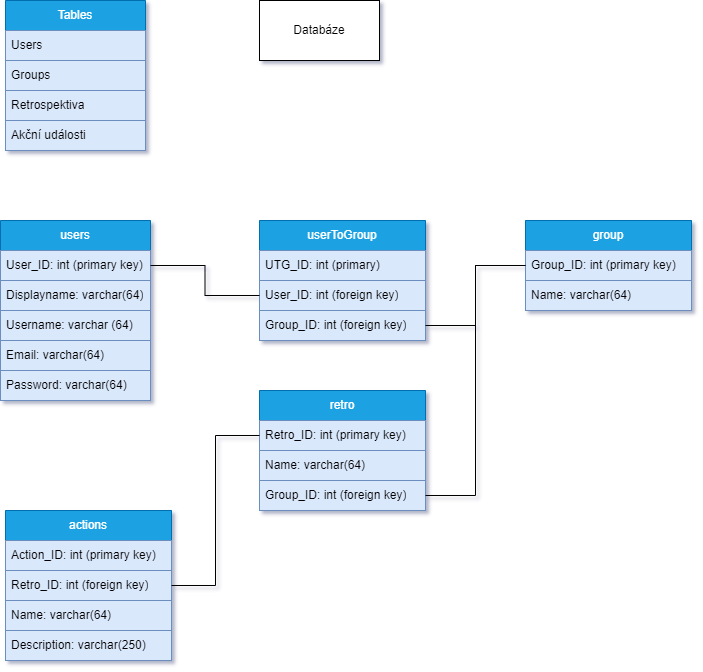
Before: backend/app/database/schemes/Praeterium_DB_scheme.png, a diagram exported from draw.io (ProjNull/Praeteritum). Source tidied: cells renumbered, new cells last; positions are measured from the earlier drawing's top-left corner, leaving out a move shared by most shapes.
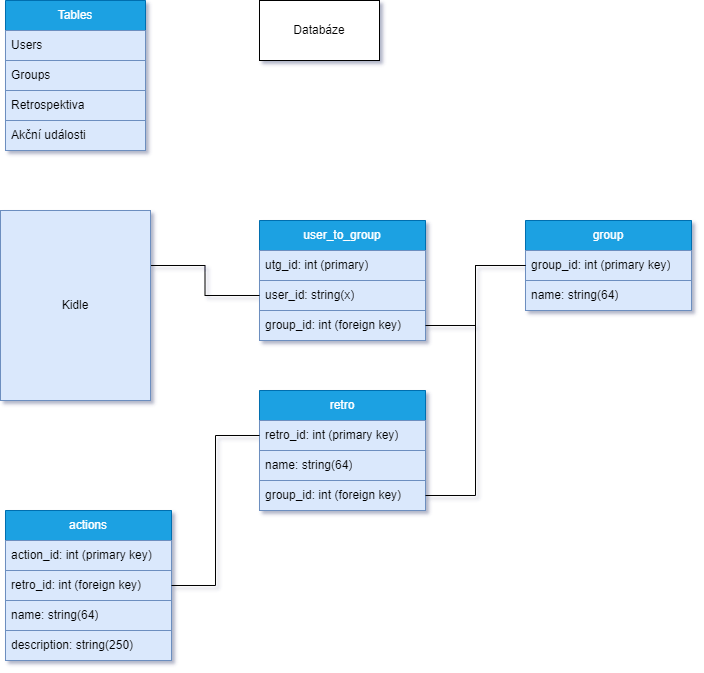
Later version of the same file.

Diff of the diagram source:
```diff
@@ -38,16 +38,16 @@
     <mxCell id="13" value="Password: varchar(64)" style="text;strokeColor=#6c8ebf;fillColor=#dae8fc;align=left;verticalAlign=middle;spacingLeft=4;spacingRight=4;overflow=hidden;whiteSpace=wrap;html=1;" parent="8" vertex="1">
       <mxGeometry y="150" width="150" height="30" as="geometry" />
     </mxCell>
-    <mxCell id="14" value="userToGroup" style="swimlane;fontStyle=0;horizontal=1;startSize=30;whiteSpace=wrap;html=1;fillColor=#1ba1e2;fontColor=#ffffff;strokeColor=#006EAF;" parent="1" vertex="1">
+    <mxCell id="14" value="user_to_group" style="swimlane;fontStyle=0;horizontal=1;startSize=30;whiteSpace=wrap;html=1;fillColor=#1ba1e2;fontColor=#ffffff;strokeColor=#006EAF;" parent="1" vertex="1">
       <mxGeometry x="259" y="220" width="166" height="120" as="geometry" />
     </mxCell>
-    <mxCell id="15" value="UTG_ID: int (primary)" style="text;strokeColor=#6c8ebf;fillColor=#dae8fc;align=left;verticalAlign=middle;spacingLeft=4;spacingRight=4;overflow=hidden;whiteSpace=wrap;html=1;" parent="14" vertex="1">
+    <mxCell id="15" value="utg_id: int (primary)" style="text;strokeColor=#6c8ebf;fillColor=#dae8fc;align=left;verticalAlign=middle;spacingLeft=4;spacingRight=4;overflow=hidden;whiteSpace=wrap;html=1;" parent="14" vertex="1">
       <mxGeometry y="30" width="166" height="30" as="geometry" />
     </mxCell>
-    <mxCell id="16" value="User_ID: int (foreign key)" style="text;strokeColor=#6c8ebf;fillColor=#dae8fc;align=left;verticalAlign=middle;spacingLeft=4;spacingRight=4;overflow=hidden;points=[[0,0.5],[1,0.5]];portConstraint=eastwest;whiteSpace=wrap;html=1;" parent="14" vertex="1">
+    <mxCell id="16" value="user_id: string(x)" style="text;strokeColor=#6c8ebf;fillColor=#dae8fc;align=left;verticalAlign=middle;spacingLeft=4;spacingRight=4;overflow=hidden;points=[[0,0.5],[1,0.5]];portConstraint=eastwest;whiteSpace=wrap;html=1;" parent="14" vertex="1">
       <mxGeometry y="60" width="166" height="30" as="geometry" />
     </mxCell>
-    <mxCell id="17" value="Group_ID: int (foreign key)" style="text;strokeColor=#6c8ebf;fillColor=#dae8fc;align=left;verticalAlign=middle;spacingLeft=4;spacingRight=4;overflow=hidden;points=[[0,0.5],[1,0.5]];portConstraint=eastwest;whiteSpace=wrap;html=1;" parent="14" vertex="1">
+    <mxCell id="17" value="group_id: int (foreign key)" style="text;strokeColor=#6c8ebf;fillColor=#dae8fc;align=left;verticalAlign=middle;spacingLeft=4;spacingRight=4;overflow=hidden;points=[[0,0.5],[1,0.5]];portConstraint=eastwest;whiteSpace=wrap;html=1;" parent="14" vertex="1">
       <mxGeometry y="90" width="166" height="30" as="geometry" />
     </mxCell>
     <mxCell id="18" style="edgeStyle=orthogonalEdgeStyle;rounded=0;jettySize=auto;html=1;exitX=1;exitY=0.5;exitDx=0;exitDy=0;entryX=0;entryY=0.5;entryDx=0;entryDy=0;startArrow=none;startFill=0;endArrow=none;endFill=0;" parent="1" edge="1" source="9" target="16">
@@ -56,10 +56,10 @@
     <mxCell id="19" value="group" style="swimlane;fontStyle=0;horizontal=1;startSize=30;whiteSpace=wrap;html=1;fillColor=#1ba1e2;fontColor=#ffffff;strokeColor=#006EAF;" parent="1" vertex="1">
       <mxGeometry x="525" y="220" width="166" height="90" as="geometry" />
     </mxCell>
-    <mxCell id="20" value="Group_ID: int (primary key)" style="text;strokeColor=#6c8ebf;fillColor=#dae8fc;align=left;verticalAlign=middle;spacingLeft=4;spacingRight=4;overflow=hidden;points=[[0,0.5],[1,0.5]];portConstraint=eastwest;whiteSpace=wrap;html=1;" parent="19" vertex="1">
+    <mxCell id="20" value="group_id: int (primary key)" style="text;strokeColor=#6c8ebf;fillColor=#dae8fc;align=left;verticalAlign=middle;spacingLeft=4;spacingRight=4;overflow=hidden;points=[[0,0.5],[1,0.5]];portConstraint=eastwest;whiteSpace=wrap;html=1;" parent="19" vertex="1">
       <mxGeometry y="30" width="166" height="30" as="geometry" />
     </mxCell>
-    <mxCell id="21" value="Name: varchar(64)" style="text;strokeColor=#6c8ebf;fillColor=#dae8fc;align=left;verticalAlign=middle;spacingLeft=4;spacingRight=4;overflow=hidden;whiteSpace=wrap;html=1;" parent="19" vertex="1">
+    <mxCell id="21" value="name: string(64)" style="text;strokeColor=#6c8ebf;fillColor=#dae8fc;align=left;verticalAlign=middle;spacingLeft=4;spacingRight=4;overflow=hidden;whiteSpace=wrap;html=1;" parent="19" vertex="1">
       <mxGeometry y="60" width="166" height="30" as="geometry" />
     </mxCell>
     <mxCell id="22" style="edgeStyle=orthogonalEdgeStyle;rounded=0;jettySize=auto;html=1;exitX=0;exitY=0.5;exitDx=0;exitDy=0;entryX=1;entryY=0.5;entryDx=0;entryDy=0;startArrow=none;startFill=0;endArrow=none;endFill=0;" parent="1" edge="1" source="20" target="17">
@@ -68,28 +68,28 @@
     <mxCell id="23" value="actions" style="swimlane;fontStyle=0;horizontal=1;startSize=30;whiteSpace=wrap;html=1;fillColor=#1ba1e2;fontColor=#ffffff;strokeColor=#006EAF;" parent="1" vertex="1">
       <mxGeometry x="5" y="510" width="166" height="150" as="geometry" />
     </mxCell>
-    <mxCell id="24" value="Action_ID: int (primary key)" style="text;strokeColor=#6c8ebf;fillColor=#dae8fc;align=left;verticalAlign=middle;spacingLeft=4;spacingRight=4;overflow=hidden;whiteSpace=wrap;html=1;" parent="23" vertex="1">
+    <mxCell id="24" value="action_id: int (primary key)" style="text;strokeColor=#6c8ebf;fillColor=#dae8fc;align=left;verticalAlign=middle;spacingLeft=4;spacingRight=4;overflow=hidden;whiteSpace=wrap;html=1;" parent="23" vertex="1">
       <mxGeometry y="30" width="166" height="30" as="geometry" />
     </mxCell>
-    <mxCell id="25" value="Retro_ID: int (foreign key)" style="text;strokeColor=#6c8ebf;fillColor=#dae8fc;align=left;verticalAlign=middle;spacingLeft=4;spacingRight=4;overflow=hidden;points=[[0,0.5],[1,0.5]];portConstraint=eastwest;whiteSpace=wrap;html=1;" parent="23" vertex="1">
+    <mxCell id="25" value="retro_id: int (foreign key)" style="text;strokeColor=#6c8ebf;fillColor=#dae8fc;align=left;verticalAlign=middle;spacingLeft=4;spacingRight=4;overflow=hidden;points=[[0,0.5],[1,0.5]];portConstraint=eastwest;whiteSpace=wrap;html=1;" parent="23" vertex="1">
       <mxGeometry y="60" width="166" height="30" as="geometry" />
     </mxCell>
-    <mxCell id="26" value="Name: varchar(64)" style="text;strokeColor=#6c8ebf;fillColor=#dae8fc;align=left;verticalAlign=middle;spacingLeft=4;spacingRight=4;overflow=hidden;whiteSpace=wrap;html=1;" parent="23" vertex="1">
+    <mxCell id="26" value="name: string(64)" style="text;strokeColor=#6c8ebf;fillColor=#dae8fc;align=left;verticalAlign=middle;spacingLeft=4;spacingRight=4;overflow=hidden;whiteSpace=wrap;html=1;" parent="23" vertex="1">
       <mxGeometry y="90" width="166" height="30" as="geometry" />
     </mxCell>
-    <mxCell id="27" value="Description: varchar(250)" style="text;strokeColor=#6c8ebf;fillColor=#dae8fc;align=left;verticalAlign=middle;spacingLeft=4;spacingRight=4;overflow=hidden;whiteSpace=wrap;html=1;" parent="23" vertex="1">
+    <mxCell id="27" value="description: string(250)" style="text;strokeColor=#6c8ebf;fillColor=#dae8fc;align=left;verticalAlign=middle;spacingLeft=4;spacingRight=4;overflow=hidden;whiteSpace=wrap;html=1;" parent="23" vertex="1">
       <mxGeometry y="120" width="166" height="30" as="geometry" />
     </mxCell>
     <mxCell id="28" value="retro" style="swimlane;fontStyle=0;horizontal=1;startSize=30;whiteSpace=wrap;html=1;fillColor=#1ba1e2;fontColor=#ffffff;strokeColor=#006EAF;" parent="1" vertex="1">
       <mxGeometry x="259" y="390" width="166" height="120" as="geometry" />
     </mxCell>
-    <mxCell id="29" value="Retro_ID: int (primary key)" style="text;strokeColor=#6c8ebf;fillColor=#dae8fc;align=left;verticalAlign=middle;spacingLeft=4;spacingRight=4;overflow=hidden;points=[[0,0.5],[1,0.5]];portConstraint=eastwest;whiteSpace=wrap;html=1;" parent="28" vertex="1">
+    <mxCell id="29" value="retro_id: int (primary key)" style="text;strokeColor=#6c8ebf;fillColor=#dae8fc;align=left;verticalAlign=middle;spacingLeft=4;spacingRight=4;overflow=hidden;points=[[0,0.5],[1,0.5]];portConstraint=eastwest;whiteSpace=wrap;html=1;" parent="28" vertex="1">
       <mxGeometry y="30" width="166" height="30" as="geometry" />
     </mxCell>
-    <mxCell id="30" value="Name: varchar(64)" style="text;strokeColor=#6c8ebf;fillColor=#dae8fc;align=left;verticalAlign=middle;spacingLeft=4;spacingRight=4;overflow=hidden;whiteSpace=wrap;html=1;" parent="28" vertex="1">
+    <mxCell id="30" value="name: string(64)" style="text;strokeColor=#6c8ebf;fillColor=#dae8fc;align=left;verticalAlign=middle;spacingLeft=4;spacingRight=4;overflow=hidden;whiteSpace=wrap;html=1;" parent="28" vertex="1">
       <mxGeometry y="60" width="166" height="30" as="geometry" />
     </mxCell>
-    <mxCell id="31" value="Group_ID: int (foreign key)" style="text;strokeColor=#6c8ebf;fillColor=#dae8fc;align=left;verticalAlign=middle;spacingLeft=4;spacingRight=4;overflow=hidden;points=[[0,0.5],[1,0.5]];portConstraint=eastwest;whiteSpace=wrap;html=1;" parent="28" vertex="1">
+    <mxCell id="31" value="group_id: int (foreign key)" style="text;strokeColor=#6c8ebf;fillColor=#dae8fc;align=left;verticalAlign=middle;spacingLeft=4;spacingRight=4;overflow=hidden;points=[[0,0.5],[1,0.5]];portConstraint=eastwest;whiteSpace=wrap;html=1;" parent="28" vertex="1">
       <mxGeometry y="90" width="166" height="30" as="geometry" />
     </mxCell>
     <mxCell id="32" style="edgeStyle=orthogonalEdgeStyle;rounded=0;jettySize=auto;html=1;exitX=0;exitY=0.5;exitDx=0;exitDy=0;entryX=1;entryY=0.5;entryDx=0;entryDy=0;strokeColor=default;endArrow=none;endFill=0;" parent="1" edge="1" source="20" target="31">
@@ -98,5 +98,8 @@
     <mxCell id="33" style="edgeStyle=orthogonalEdgeStyle;rounded=0;jettySize=auto;html=1;exitX=0;exitY=0.5;exitDx=0;exitDy=0;entryX=1;entryY=0.5;entryDx=0;entryDy=0;startArrow=none;startFill=0;endArrow=none;endFill=0;" parent="1" edge="1" source="29" target="25">
       <mxGeometry relative="1" as="geometry" />
     </mxCell>
+    <mxCell id="34" value="Kidle" style="rounded=0;whiteSpace=wrap;html=1;fillColor=#dae8fc;strokeColor=#6c8ebf;" parent="1" vertex="1">
+      <mxGeometry y="210" width="150" height="190" as="geometry" />
+    </mxCell>
   </root>
 </mxGraphModel>
```
